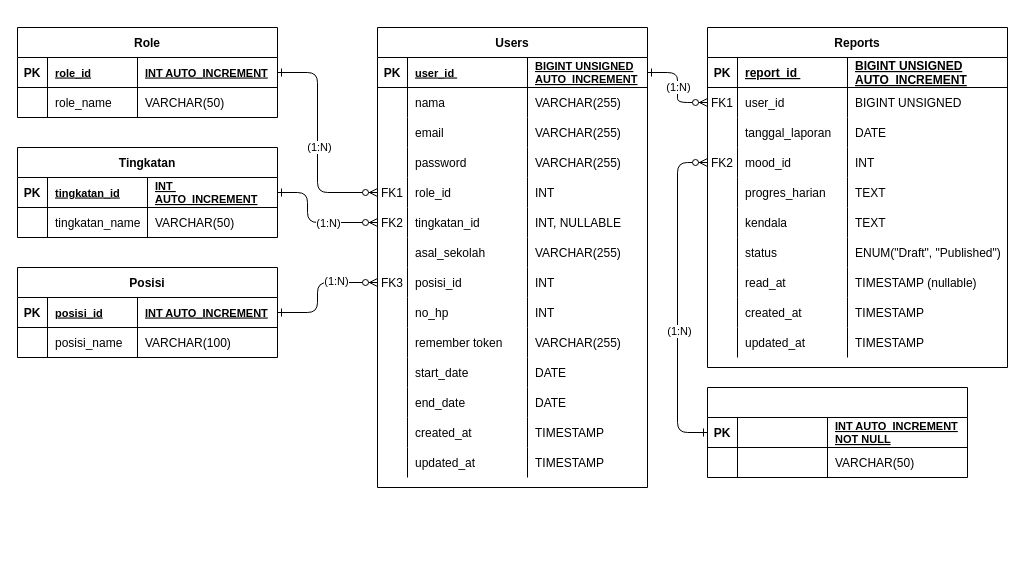
The draw.io diagram page "Halaman-2" (2 of 2) of ERD_MonitoringMagang.drawio in niflAkuy/MonitoringMagang, before the edit. Source tidied: cells renumbered, new cells numbered last; positions are measured from the earlier drawing's top-left corner, leaving out a move shared by most shapes. Both pictures are drawn from the tidied source at 100%, with x=0, y=0 at pixel (17, 27).
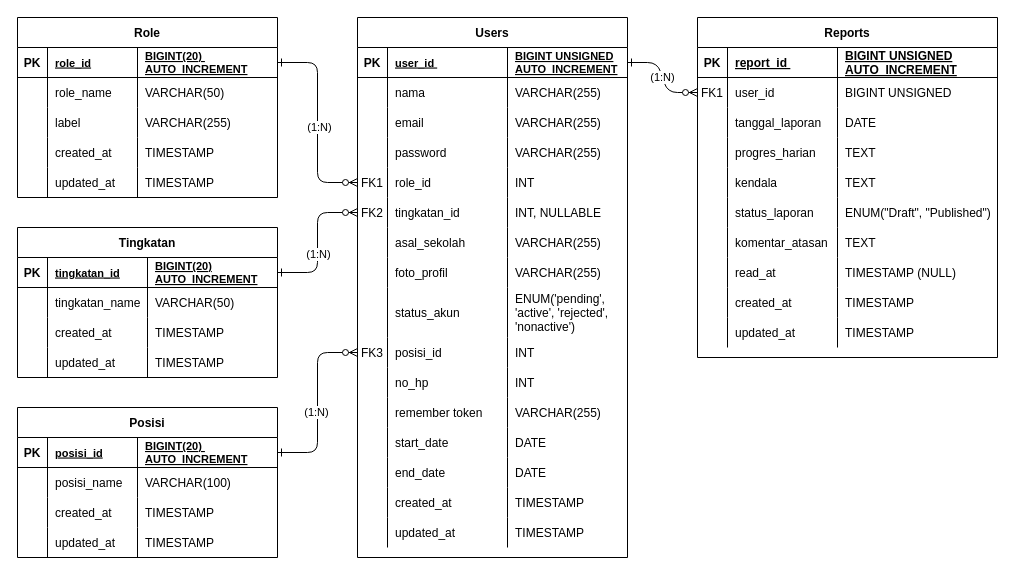
After the change.

Unchanged cells that the change refers to:
```xml
<mxCell id="33" style="shape=partialRectangle;fillColor=none;top=0;left=0;right=0;bottom=0;" parent="4" vertex="1">
  <mxGeometry y="240" width="300" height="30" as="geometry" />
</mxCell>
<mxCell id="62" style="shape=partialRectangle;fillColor=none;points=[[0,0.5],[1,0.5]];portConstraint=eastwest;top=0;left=0;right=0;bottom=0;" parent="45" vertex="1">
  <mxGeometry y="150" width="270" height="30" as="geometry" />
</mxCell>
<mxCell id="66" style="shape=partialRectangle;fillColor=none;points=[[0,0.5],[1,0.5]];portConstraint=eastwest;top=0;left=0;right=0;bottom=0;" parent="45" vertex="1">
  <mxGeometry y="180" width="270" height="30" as="geometry" />
</mxCell>
<mxCell id="114" style="shape=partialRectangle;fillColor=none;points=[[0,0.5],[1,0.5]];portConstraint=eastwest;top=0;left=0;right=0;bottom=1;" parent="113" vertex="1">
  <mxGeometry y="30" width="260" height="30" as="geometry" />
</mxCell>
<mxCell id="123" style="shape=partialRectangle;fillColor=none;points=[[0,0.5],[1,0.5]];portConstraint=eastwest;top=0;left=0;right=0;bottom=1;" parent="122" vertex="1">
  <mxGeometry y="30" width="260" height="30" as="geometry" />
</mxCell>
<mxCell id="132" style="shape=partialRectangle;fillColor=none;points=[[0,0.5],[1,0.5]];portConstraint=eastwest;top=0;left=0;right=0;bottom=1;" parent="131" vertex="1">
  <mxGeometry y="30" width="260" height="30" as="geometry" />
</mxCell>
```

Change to the diagram source:
```diff
@@
     <mxCell id="4" value="Reports" style="shape=table;startSize=30;childLayout=tableLayout;rowLines=0;fontStyle=1;align=center;" parent="1" vertex="1">
-      <mxGeometry x="690" width="300" height="340" as="geometry" />
+      <mxGeometry x="680" y="-10" width="300" height="340" as="geometry" />
     </mxCell>
@@
-    <mxCell id="17" style="shape=partialRectangle;fillColor=none;points=[[0,0.5],[1,0.5]];portConstraint=eastwest;top=0;left=0;right=0;bottom=0;" parent="4" vertex="1">
-      <mxGeometry y="120" width="300" height="30" as="geometry" />
-    </mxCell>
-    <mxCell id="18" value="FK2" style="shape=partialRectangle;overflow=hidden;fillColor=none;top=0;left=0;bottom=0;right=0;" parent="17" vertex="1">
-      <mxGeometry width="30" height="30" as="geometry" />
-    </mxCell>
-    <mxCell id="19" value="mood_id " style="shape=partialRectangle;overflow=hidden;fillColor=none;top=0;left=0;bottom=0;right=0;align=left;spacingLeft=6;" parent="17" vertex="1">
-      <mxGeometry x="30" width="110" height="30" as="geometry" />
-    </mxCell>
-    <mxCell id="20" value="INT" style="shape=partialRectangle;overflow=hidden;fillColor=none;top=0;left=0;bottom=0;right=0;align=left;spacingLeft=6;" parent="17" vertex="1">
-      <mxGeometry x="140" width="160" height="30" as="geometry" />
-    </mxCell>
     <mxCell id="21" style="shape=partialRectangle;fillColor=none;top=0;left=0;right=0;bottom=0;" parent="4" vertex="1">
-      <mxGeometry y="150" width="300" height="30" as="geometry" />
+      <mxGeometry y="120" width="300" height="30" as="geometry" />
     </mxCell>
@@
     <mxCell id="25" style="shape=partialRectangle;fillColor=none;top=0;left=0;right=0;bottom=0;" parent="4" vertex="1">
-      <mxGeometry y="180" width="300" height="30" as="geometry" />
+      <mxGeometry y="150" width="300" height="30" as="geometry" />
     </mxCell>
@@
     <mxCell id="29" style="shape=partialRectangle;fillColor=none;top=0;left=0;right=0;bottom=0;" parent="4" vertex="1">
-      <mxGeometry y="210" width="300" height="30" as="geometry" />
+      <mxGeometry y="180" width="300" height="30" as="geometry" />
     </mxCell>
@@
-    <mxCell id="31" value="status " style="shape=partialRectangle;overflow=hidden;fillColor=none;top=0;left=0;bottom=0;right=0;align=left;spacingLeft=6;" parent="29" vertex="1">
+    <mxCell id="31" value="status_laporan " style="shape=partialRectangle;overflow=hidden;fillColor=none;top=0;left=0;bottom=0;right=0;align=left;spacingLeft=6;" parent="29" vertex="1">
       <mxGeometry x="30" width="110" height="30" as="geometry" />
     </mxCell>
@@
+    <mxCell id="146" style="shape=partialRectangle;fillColor=none;top=0;left=0;right=0;bottom=0;" parent="4" vertex="1">
+      <mxGeometry y="210" width="300" height="30" as="geometry" />
+    </mxCell>
+    <mxCell id="147" style="shape=partialRectangle;overflow=hidden;fillColor=none;top=0;left=0;bottom=0;right=0;" parent="146" vertex="1">
+      <mxGeometry width="30" height="30" as="geometry" />
+    </mxCell>
+    <mxCell id="148" value="komentar_atasan" style="shape=partialRectangle;overflow=hidden;fillColor=none;top=0;left=0;bottom=0;right=0;align=left;spacingLeft=6;" parent="146" vertex="1">
+      <mxGeometry x="30" width="110" height="30" as="geometry" />
+    </mxCell>
+    <mxCell id="149" value="TEXT" style="shape=partialRectangle;overflow=hidden;fillColor=none;top=0;left=0;bottom=0;right=0;align=left;spacingLeft=6;" parent="146" vertex="1">
+      <mxGeometry x="140" width="160" height="30" as="geometry" />
+    </mxCell>
@@
-    <mxCell id="36" value="TIMESTAMP (nullable)" style="shape=partialRectangle;overflow=hidden;fillColor=none;top=0;left=0;bottom=0;right=0;align=left;spacingLeft=6;" parent="33" vertex="1">
+    <mxCell id="36" value="TIMESTAMP (NULL)" style="shape=partialRectangle;overflow=hidden;fillColor=none;top=0;left=0;bottom=0;right=0;align=left;spacingLeft=6;" parent="33" vertex="1">
       <mxGeometry x="140" width="160" height="30" as="geometry" />
     </mxCell>
@@
     <mxCell id="45" value="Users" style="shape=table;startSize=30;childLayout=tableLayout;rowLines=0;fontStyle=1;align=center;" parent="1" vertex="1">
-      <mxGeometry x="360" width="270" height="460" as="geometry" />
+      <mxGeometry x="340" y="-10" width="270" height="540" as="geometry" />
     </mxCell>
@@
+    <mxCell id="150" style="shape=partialRectangle;fillColor=none;top=0;left=0;right=0;bottom=0;" parent="45" vertex="1">
+      <mxGeometry y="240" width="270" height="30" as="geometry" />
+    </mxCell>
+    <mxCell id="151" style="shape=partialRectangle;overflow=hidden;fillColor=none;top=0;left=0;bottom=0;right=0;" parent="150" vertex="1">
+      <mxGeometry width="30" height="30" as="geometry" />
+    </mxCell>
+    <mxCell id="152" value="foto_profil" style="shape=partialRectangle;overflow=hidden;fillColor=none;top=0;left=0;bottom=0;right=0;align=left;spacingLeft=6;" parent="150" vertex="1">
+      <mxGeometry x="30" width="120" height="30" as="geometry" />
+    </mxCell>
+    <mxCell id="153" value="VARCHAR(255)" style="shape=partialRectangle;overflow=hidden;fillColor=none;top=0;left=0;bottom=0;right=0;align=left;spacingLeft=6;" parent="150" vertex="1">
+      <mxGeometry x="150" width="120" height="30" as="geometry" />
+    </mxCell>
+    <mxCell id="154" style="shape=partialRectangle;fillColor=none;top=0;left=0;right=0;bottom=0;" parent="45" vertex="1">
+      <mxGeometry y="270" width="270" height="50" as="geometry" />
+    </mxCell>
+    <mxCell id="155" style="shape=partialRectangle;overflow=hidden;fillColor=none;top=0;left=0;bottom=0;right=0;" parent="154" vertex="1">
+      <mxGeometry width="30" height="50" as="geometry" />
+    </mxCell>
+    <mxCell id="156" value="status_akun" style="shape=partialRectangle;overflow=hidden;fillColor=none;top=0;left=0;bottom=0;right=0;align=left;spacingLeft=6;" parent="154" vertex="1">
+      <mxGeometry x="30" width="120" height="50" as="geometry" />
+    </mxCell>
+    <mxCell id="157" value="ENUM('pending', &#10;'active', 'rejected', &#10;'nonactive')" style="shape=partialRectangle;overflow=hidden;fillColor=none;top=0;left=0;bottom=0;right=0;align=left;spacingLeft=6;" parent="154" vertex="1">
+      <mxGeometry x="150" width="120" height="50" as="geometry" />
+    </mxCell>
     <mxCell id="74" style="shape=partialRectangle;fillColor=none;points=[[0,0.5],[1,0.5]];portConstraint=eastwest;top=0;left=0;right=0;bottom=0;" parent="45" vertex="1">
-      <mxGeometry y="240" width="270" height="30" as="geometry" />
+      <mxGeometry y="320" width="270" height="30" as="geometry" />
     </mxCell>
@@
     <mxCell id="78" style="shape=partialRectangle;fillColor=none;top=0;left=0;right=0;bottom=0;" parent="45" vertex="1">
-      <mxGeometry y="270" width="270" height="30" as="geometry" />
+      <mxGeometry y="350" width="270" height="30" as="geometry" />
     </mxCell>
@@
     <mxCell id="82" style="shape=partialRectangle;fillColor=none;top=0;left=0;right=0;bottom=0;" parent="45" vertex="1">
-      <mxGeometry y="300" width="270" height="30" as="geometry" />
+      <mxGeometry y="380" width="270" height="30" as="geometry" />
     </mxCell>
@@
     <mxCell id="86" style="shape=partialRectangle;fillColor=none;top=0;left=0;right=0;bottom=0;" parent="45" vertex="1">
-      <mxGeometry y="330" width="270" height="30" as="geometry" />
+      <mxGeometry y="410" width="270" height="30" as="geometry" />
     </mxCell>
@@
     <mxCell id="90" style="shape=partialRectangle;fillColor=none;top=0;left=0;right=0;bottom=0;" parent="45" vertex="1">
-      <mxGeometry y="360" width="270" height="30" as="geometry" />
+      <mxGeometry y="440" width="270" height="30" as="geometry" />
     </mxCell>
@@
     <mxCell id="94" style="shape=partialRectangle;fillColor=none;top=0;left=0;right=0;bottom=0;" parent="45" vertex="1">
-      <mxGeometry y="390" width="270" height="30" as="geometry" />
+      <mxGeometry y="470" width="270" height="30" as="geometry" />
     </mxCell>
@@
     <mxCell id="98" style="shape=partialRectangle;fillColor=none;top=0;left=0;right=0;bottom=0;" parent="45" vertex="1">
-      <mxGeometry y="420" width="270" height="30" as="geometry" />
+      <mxGeometry y="500" width="270" height="30" as="geometry" />
     </mxCell>
@@
-    <mxCell id="102" style="shape=table;startSize=30;childLayout=tableLayout;rowLines=0;fontStyle=1;align=center;" parent="1" vertex="1">
-      <mxGeometry x="690" y="360" width="260" height="90" as="geometry" />
-    </mxCell>
-    <mxCell id="103" style="shape=partialRectangle;fillColor=none;points=[[0,0.5],[1,0.5]];portConstraint=eastwest;top=0;left=0;right=0;bottom=1;" parent="102" vertex="1">
-      <mxGeometry y="30" width="260" height="30" as="geometry" />
-    </mxCell>
-    <mxCell id="104" value="PK" style="shape=partialRectangle;overflow=hidden;fillColor=none;top=0;left=0;bottom=0;right=0;fontStyle=1;" parent="103" vertex="1">
-      <mxGeometry width="30" height="30" as="geometry" />
-    </mxCell>
-    <mxCell id="105" style="shape=partialRectangle;overflow=hidden;fillColor=none;top=0;left=0;bottom=0;right=0;align=left;spacingLeft=6;fontStyle=5;fontSize=11;" parent="103" vertex="1">
-      <mxGeometry x="30" width="90" height="30" as="geometry" />
-    </mxCell>
-    <mxCell id="106" value="INT AUTO_INCREMENT&#10;NOT NULL" style="shape=partialRectangle;overflow=hidden;fillColor=none;top=0;left=0;bottom=0;right=0;align=left;spacingLeft=6;fontStyle=5;fontSize=11;" parent="103" vertex="1">
-      <mxGeometry x="120" width="140" height="30" as="geometry" />
-    </mxCell>
-    <mxCell id="107" style="shape=partialRectangle;fillColor=none;top=0;left=0;right=0;bottom=0;" parent="102" vertex="1">
-      <mxGeometry y="60" width="260" height="30" as="geometry" />
-    </mxCell>
-    <mxCell id="108" style="shape=partialRectangle;overflow=hidden;fillColor=none;top=0;left=0;bottom=0;right=0;" parent="107" vertex="1">
-      <mxGeometry width="30" height="30" as="geometry" />
-    </mxCell>
-    <mxCell id="109" style="shape=partialRectangle;overflow=hidden;fillColor=none;top=0;left=0;bottom=0;right=0;align=left;spacingLeft=6;" parent="107" vertex="1">
-      <mxGeometry x="30" width="90" height="30" as="geometry" />
-    </mxCell>
-    <mxCell id="110" value="VARCHAR(50)" style="shape=partialRectangle;overflow=hidden;fillColor=none;top=0;left=0;bottom=0;right=0;align=left;spacingLeft=6;" parent="107" vertex="1">
-      <mxGeometry x="120" width="140" height="30" as="geometry" />
-    </mxCell>
-    <mxCell id="111" style="edgeStyle=elbowEdgeStyle;endArrow=ERzeroToMany;startArrow=ERone;endFill=1;startFill=0;entryX=0;entryY=0.5;entryDx=0;entryDy=0;exitX=0;exitY=0.5;exitDx=0;exitDy=0;elbow=vertical;" parent="1" edge="1" source="103" target="17">
-      <mxGeometry relative="1" as="geometry">
-        <Array as="points">
-          <mxPoint x="660" y="270" />
-        </Array>
-      </mxGeometry>
-    </mxCell>
-    <mxCell id="112" value="(1:N)" style="edgeLabel;html=1;align=center;verticalAlign=middle;" parent="111" vertex="1">
-      <mxGeometry x="-0.2" y="-1" relative="1" as="geometry" />
-    </mxCell>
     <mxCell id="113" value="Role" style="shape=table;startSize=30;childLayout=tableLayout;rowLines=0;fontStyle=1;align=center;" parent="1" vertex="1">
-      <mxGeometry width="260" height="90" as="geometry" />
+      <mxGeometry y="-10" width="260" height="180" as="geometry" />
     </mxCell>
@@
-    <mxCell id="117" value="INT AUTO_INCREMENT" style="shape=partialRectangle;overflow=hidden;fillColor=none;top=0;left=0;bottom=0;right=0;align=left;spacingLeft=6;fontStyle=5;fontSize=11;" parent="114" vertex="1">
+    <mxCell id="117" value="BIGINT(20) &#10;AUTO_INCREMENT" style="shape=partialRectangle;overflow=hidden;fillColor=none;top=0;left=0;bottom=0;right=0;align=left;spacingLeft=6;fontStyle=5;fontSize=11;" parent="114" vertex="1">
       <mxGeometry x="120" width="140" height="30" as="geometry" />
     </mxCell>
@@
+    <mxCell id="158" style="shape=partialRectangle;fillColor=none;top=0;left=0;right=0;bottom=0;" parent="113" vertex="1">
+      <mxGeometry y="90" width="260" height="30" as="geometry" />
+    </mxCell>
+    <mxCell id="159" style="shape=partialRectangle;overflow=hidden;fillColor=none;top=0;left=0;bottom=0;right=0;" parent="158" vertex="1">
+      <mxGeometry width="30" height="30" as="geometry" />
+    </mxCell>
+    <mxCell id="160" value="label" style="shape=partialRectangle;overflow=hidden;fillColor=none;top=0;left=0;bottom=0;right=0;align=left;spacingLeft=6;" parent="158" vertex="1">
+      <mxGeometry x="30" width="90" height="30" as="geometry" />
+    </mxCell>
+    <mxCell id="161" value="VARCHAR(255)" style="shape=partialRectangle;overflow=hidden;fillColor=none;top=0;left=0;bottom=0;right=0;align=left;spacingLeft=6;" parent="158" vertex="1">
+      <mxGeometry x="120" width="140" height="30" as="geometry" />
+    </mxCell>
+    <mxCell id="162" style="shape=partialRectangle;fillColor=none;top=0;left=0;right=0;bottom=0;" parent="113" vertex="1">
+      <mxGeometry y="120" width="260" height="30" as="geometry" />
+    </mxCell>
+    <mxCell id="163" style="shape=partialRectangle;overflow=hidden;fillColor=none;top=0;left=0;bottom=0;right=0;" parent="162" vertex="1">
+      <mxGeometry width="30" height="30" as="geometry" />
+    </mxCell>
+    <mxCell id="164" value="created_at " style="shape=partialRectangle;overflow=hidden;fillColor=none;top=0;left=0;bottom=0;right=0;align=left;spacingLeft=6;" parent="162" vertex="1">
+      <mxGeometry x="30" width="90" height="30" as="geometry" />
+    </mxCell>
+    <mxCell id="165" value="TIMESTAMP" style="shape=partialRectangle;overflow=hidden;fillColor=none;top=0;left=0;bottom=0;right=0;align=left;spacingLeft=6;" parent="162" vertex="1">
+      <mxGeometry x="120" width="140" height="30" as="geometry" />
+    </mxCell>
+    <mxCell id="166" style="shape=partialRectangle;fillColor=none;top=0;left=0;right=0;bottom=0;" parent="113" vertex="1">
+      <mxGeometry y="150" width="260" height="30" as="geometry" />
+    </mxCell>
+    <mxCell id="167" style="shape=partialRectangle;overflow=hidden;fillColor=none;top=0;left=0;bottom=0;right=0;" parent="166" vertex="1">
+      <mxGeometry width="30" height="30" as="geometry" />
+    </mxCell>
+    <mxCell id="168" value="updated_at " style="shape=partialRectangle;overflow=hidden;fillColor=none;top=0;left=0;bottom=0;right=0;align=left;spacingLeft=6;" parent="166" vertex="1">
+      <mxGeometry x="30" width="90" height="30" as="geometry" />
+    </mxCell>
+    <mxCell id="169" value="TIMESTAMP" style="shape=partialRectangle;overflow=hidden;fillColor=none;top=0;left=0;bottom=0;right=0;align=left;spacingLeft=6;" parent="166" vertex="1">
+      <mxGeometry x="120" width="140" height="30" as="geometry" />
+    </mxCell>
     <mxCell id="122" value="Tingkatan" style="shape=table;startSize=30;childLayout=tableLayout;rowLines=0;fontStyle=1;align=center;" parent="1" vertex="1">
-      <mxGeometry y="120" width="260" height="90" as="geometry" />
+      <mxGeometry y="200" width="260" height="150" as="geometry" />
     </mxCell>
@@
-    <mxCell id="126" value="INT &#10;AUTO_INCREMENT" style="shape=partialRectangle;overflow=hidden;fillColor=none;top=0;left=0;bottom=0;right=0;align=left;spacingLeft=6;fontStyle=5;fontSize=11;" parent="123" vertex="1">
+    <mxCell id="126" value="BIGINT(20)&#10;AUTO_INCREMENT" style="shape=partialRectangle;overflow=hidden;fillColor=none;top=0;left=0;bottom=0;right=0;align=left;spacingLeft=6;fontStyle=5;fontSize=11;" parent="123" vertex="1">
       <mxGeometry x="130" width="130" height="30" as="geometry" />
     </mxCell>
@@
+    <mxCell id="170" style="shape=partialRectangle;fillColor=none;top=0;left=0;right=0;bottom=0;" parent="122" vertex="1">
+      <mxGeometry y="90" width="260" height="30" as="geometry" />
+    </mxCell>
+    <mxCell id="171" style="shape=partialRectangle;overflow=hidden;fillColor=none;top=0;left=0;bottom=0;right=0;" parent="170" vertex="1">
+      <mxGeometry width="30" height="30" as="geometry" />
+    </mxCell>
+    <mxCell id="172" value="created_at " style="shape=partialRectangle;overflow=hidden;fillColor=none;top=0;left=0;bottom=0;right=0;align=left;spacingLeft=6;" parent="170" vertex="1">
+      <mxGeometry x="30" width="100" height="30" as="geometry" />
+    </mxCell>
+    <mxCell id="173" value="TIMESTAMP" style="shape=partialRectangle;overflow=hidden;fillColor=none;top=0;left=0;bottom=0;right=0;align=left;spacingLeft=6;" parent="170" vertex="1">
+      <mxGeometry x="130" width="130" height="30" as="geometry" />
+    </mxCell>
+    <mxCell id="174" style="shape=partialRectangle;fillColor=none;top=0;left=0;right=0;bottom=0;" parent="122" vertex="1">
+      <mxGeometry y="120" width="260" height="30" as="geometry" />
+    </mxCell>
+    <mxCell id="175" style="shape=partialRectangle;overflow=hidden;fillColor=none;top=0;left=0;bottom=0;right=0;" parent="174" vertex="1">
+      <mxGeometry width="30" height="30" as="geometry" />
+    </mxCell>
+    <mxCell id="176" value="updated_at " style="shape=partialRectangle;overflow=hidden;fillColor=none;top=0;left=0;bottom=0;right=0;align=left;spacingLeft=6;" parent="174" vertex="1">
+      <mxGeometry x="30" width="100" height="30" as="geometry" />
+    </mxCell>
+    <mxCell id="177" value="TIMESTAMP" style="shape=partialRectangle;overflow=hidden;fillColor=none;top=0;left=0;bottom=0;right=0;align=left;spacingLeft=6;" parent="174" vertex="1">
+      <mxGeometry x="130" width="130" height="30" as="geometry" />
+    </mxCell>
     <mxCell id="131" value="Posisi" style="shape=table;startSize=30;childLayout=tableLayout;rowLines=0;fontStyle=1;align=center;" parent="1" vertex="1">
-      <mxGeometry y="240" width="260" height="90" as="geometry" />
+      <mxGeometry y="380" width="260" height="150" as="geometry" />
     </mxCell>
@@
-    <mxCell id="135" value="INT AUTO_INCREMENT" style="shape=partialRectangle;overflow=hidden;fillColor=none;top=0;left=0;bottom=0;right=0;align=left;spacingLeft=6;fontStyle=5;fontSize=11;" parent="132" vertex="1">
+    <mxCell id="135" value="BIGINT(20) &#10;AUTO_INCREMENT" style="shape=partialRectangle;overflow=hidden;fillColor=none;top=0;left=0;bottom=0;right=0;align=left;spacingLeft=6;fontStyle=5;fontSize=11;" parent="132" vertex="1">
       <mxGeometry x="120" width="140" height="30" as="geometry" />
     </mxCell>
@@
+    <mxCell id="178" style="shape=partialRectangle;fillColor=none;top=0;left=0;right=0;bottom=0;" parent="131" vertex="1">
+      <mxGeometry y="90" width="260" height="30" as="geometry" />
+    </mxCell>
+    <mxCell id="179" style="shape=partialRectangle;overflow=hidden;fillColor=none;top=0;left=0;bottom=0;right=0;" parent="178" vertex="1">
+      <mxGeometry width="30" height="30" as="geometry" />
+    </mxCell>
+    <mxCell id="180" value="created_at " style="shape=partialRectangle;overflow=hidden;fillColor=none;top=0;left=0;bottom=0;right=0;align=left;spacingLeft=6;" parent="178" vertex="1">
+      <mxGeometry x="30" width="90" height="30" as="geometry" />
+    </mxCell>
+    <mxCell id="181" value="TIMESTAMP" style="shape=partialRectangle;overflow=hidden;fillColor=none;top=0;left=0;bottom=0;right=0;align=left;spacingLeft=6;" parent="178" vertex="1">
+      <mxGeometry x="120" width="140" height="30" as="geometry" />
+    </mxCell>
+    <mxCell id="182" style="shape=partialRectangle;fillColor=none;top=0;left=0;right=0;bottom=0;" parent="131" vertex="1">
+      <mxGeometry y="120" width="260" height="30" as="geometry" />
+    </mxCell>
+    <mxCell id="183" style="shape=partialRectangle;overflow=hidden;fillColor=none;top=0;left=0;bottom=0;right=0;" parent="182" vertex="1">
+      <mxGeometry width="30" height="30" as="geometry" />
+    </mxCell>
+    <mxCell id="184" value="updated_at " style="shape=partialRectangle;overflow=hidden;fillColor=none;top=0;left=0;bottom=0;right=0;align=left;spacingLeft=6;" parent="182" vertex="1">
+      <mxGeometry x="30" width="90" height="30" as="geometry" />
+    </mxCell>
+    <mxCell id="185" value="TIMESTAMP" style="shape=partialRectangle;overflow=hidden;fillColor=none;top=0;left=0;bottom=0;right=0;align=left;spacingLeft=6;" parent="182" vertex="1">
+      <mxGeometry x="120" width="140" height="30" as="geometry" />
+    </mxCell>
     <mxCell id="140" style="edgeStyle=elbowEdgeStyle;endArrow=ERzeroToMany;startArrow=ERone;endFill=1;startFill=0;entryX=0;entryY=0.5;entryDx=0;entryDy=0;exitX=1;exitY=0.5;exitDx=0;exitDy=0;" parent="1" edge="1" source="114" target="62">
       <mxGeometry relative="1" as="geometry">
         <Array as="points">
+          <mxPoint x="300" y="70" />
+          <mxPoint x="310" y="70" />
           <mxPoint x="300" y="170" />
         </Array>
       </mxGeometry>
     </mxCell>
@@
     <mxCell id="142" style="edgeStyle=elbowEdgeStyle;endArrow=ERzeroToMany;startArrow=ERone;endFill=1;startFill=0;entryX=0;entryY=0.5;entryDx=0;entryDy=0;exitX=1;exitY=0.5;exitDx=0;exitDy=0;" parent="1" edge="1" source="123" target="66">
       <mxGeometry relative="1" as="geometry">
         <Array as="points">
-          <mxPoint x="290" y="180" />
+          <mxPoint x="300" y="240" />
         </Array>
       </mxGeometry>
     </mxCell>
     <mxCell id="143" value="(1:N)" style="edgeLabel;html=1;align=center;verticalAlign=middle;" parent="142" vertex="1">
       <mxGeometry x="0.06" relative="1" as="geometry">
-        <mxPoint x="11" as="offset" />
+        <mxPoint y="15" as="offset" />
       </mxGeometry>
     </mxCell>
     <mxCell id="144" style="edgeStyle=elbowEdgeStyle;endArrow=ERzeroToMany;startArrow=ERone;endFill=1;startFill=0;entryX=0;entryY=0.5;entryDx=0;entryDy=0;exitX=1;exitY=0.5;exitDx=0;exitDy=0;" parent="1" edge="1" source="132" target="74">
       <mxGeometry relative="1" as="geometry">
         <Array as="points">
+          <mxPoint x="300" y="370" />
+          <mxPoint x="290" y="360" />
           <mxPoint x="300" y="270" />
         </Array>
       </mxGeometry>
     </mxCell>
     <mxCell id="145" value="(1:N)" style="edgeLabel;html=1;align=center;verticalAlign=middle;" parent="144" vertex="1">
-      <mxGeometry x="0.36" y="2" relative="1" as="geometry" />
+      <mxGeometry x="0.36" y="2" relative="1" as="geometry">
+        <mxPoint y="41" as="offset" />
+      </mxGeometry>
     </mxCell>
```
